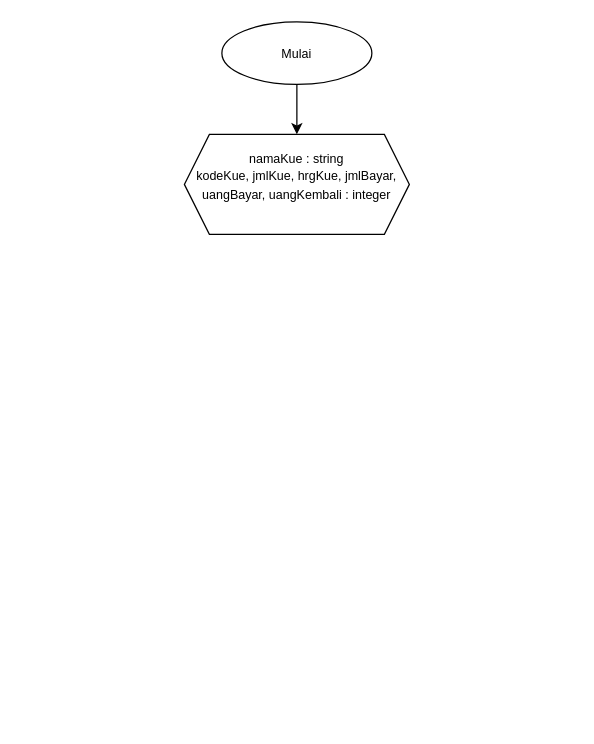
Earlier version of the draw.io diagram flowchart.drawio (trikrama/tri_krama-kasir_app). Source tidied: cells renumbered, new cells numbered last; positions are measured from the earlier drawing's top-left corner, leaving out a move shared by most shapes. Both pictures are drawn from the tidied source at 125%, with x=0, y=0 at pixel (184, 21).
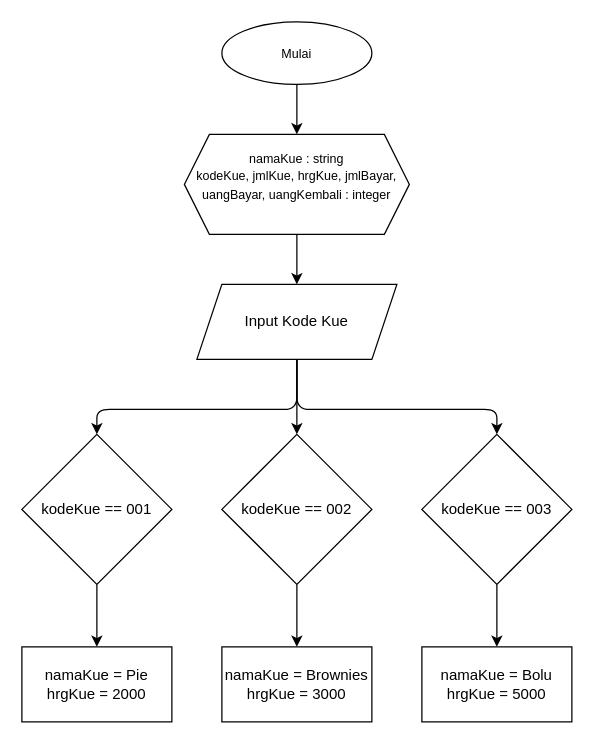
The same diagram, later.

Commit message:
Menambahkan inputan kode kue dan memberikan kondisi pada hasil inputan kode kue

The edit, as a diff of the source:
```diff
@@
+    <mxCell id="5" style="edgeStyle=none;html=1;exitX=0.5;exitY=1;exitDx=0;exitDy=0;entryX=0.5;entryY=0;entryDx=0;entryDy=0;" parent="1" edge="1" target="9">
+      <mxGeometry relative="1" as="geometry">
+        <mxPoint x="90" y="170" as="sourcePoint" />
+      </mxGeometry>
+    </mxCell>
+    <mxCell id="6" style="edgeStyle=none;html=1;exitX=0.5;exitY=1;exitDx=0;exitDy=0;entryX=0.5;entryY=0;entryDx=0;entryDy=0;" parent="1" edge="1" source="9" target="11">
+      <mxGeometry relative="1" as="geometry">
+        <Array as="points">
+          <mxPoint x="90" y="310" />
+          <mxPoint x="-70" y="310" />
+        </Array>
+      </mxGeometry>
+    </mxCell>
+    <mxCell id="7" style="edgeStyle=none;html=1;exitX=0.5;exitY=1;exitDx=0;exitDy=0;entryX=0.5;entryY=0;entryDx=0;entryDy=0;" parent="1" edge="1" source="9" target="15">
+      <mxGeometry relative="1" as="geometry">
+        <Array as="points">
+          <mxPoint x="90" y="310" />
+          <mxPoint x="250" y="310" />
+        </Array>
+      </mxGeometry>
+    </mxCell>
+    <mxCell id="8" style="edgeStyle=none;html=1;exitX=0.5;exitY=1;exitDx=0;exitDy=0;entryX=0.5;entryY=0;entryDx=0;entryDy=0;" parent="1" edge="1" source="9" target="13">
+      <mxGeometry relative="1" as="geometry" />
+    </mxCell>
+    <mxCell id="9" value="Input Kode Kue" style="shape=parallelogram;perimeter=parallelogramPerimeter;whiteSpace=wrap;html=1;fixedSize=1;" parent="1" vertex="1">
+      <mxGeometry x="10" y="210" width="160" height="60" as="geometry" />
+    </mxCell>
+    <mxCell id="10" style="edgeStyle=none;html=1;exitX=0.5;exitY=1;exitDx=0;exitDy=0;entryX=0.5;entryY=0;entryDx=0;entryDy=0;" parent="1" edge="1" source="11" target="16">
+      <mxGeometry relative="1" as="geometry" />
+    </mxCell>
+    <mxCell id="11" value="kodeKue == 001" style="rhombus;whiteSpace=wrap;html=1;" parent="1" vertex="1">
+      <mxGeometry x="-130" y="330" width="120" height="120" as="geometry" />
+    </mxCell>
+    <mxCell id="12" style="edgeStyle=none;html=1;exitX=0.5;exitY=1;exitDx=0;exitDy=0;entryX=0.5;entryY=0;entryDx=0;entryDy=0;" parent="1" edge="1" source="13" target="17">
+      <mxGeometry relative="1" as="geometry" />
+    </mxCell>
+    <mxCell id="13" value="kodeKue == 002" style="rhombus;whiteSpace=wrap;html=1;" parent="1" vertex="1">
+      <mxGeometry x="30" y="330" width="120" height="120" as="geometry" />
+    </mxCell>
+    <mxCell id="14" style="edgeStyle=none;html=1;exitX=0.5;exitY=1;exitDx=0;exitDy=0;entryX=0.5;entryY=0;entryDx=0;entryDy=0;" parent="1" edge="1" source="15" target="18">
+      <mxGeometry relative="1" as="geometry" />
+    </mxCell>
+    <mxCell id="15" value="kodeKue == 003" style="rhombus;whiteSpace=wrap;html=1;" parent="1" vertex="1">
+      <mxGeometry x="190" y="330" width="120" height="120" as="geometry" />
+    </mxCell>
+    <mxCell id="16" value="namaKue = Pie&lt;br&gt;hrgKue = 2000" style="rounded=0;whiteSpace=wrap;html=1;" parent="1" vertex="1">
+      <mxGeometry x="-130" y="500" width="120" height="60" as="geometry" />
+    </mxCell>
+    <mxCell id="17" value="namaKue = Brownies&lt;br&gt;hrgKue = 3000" style="rounded=0;whiteSpace=wrap;html=1;" parent="1" vertex="1">
+      <mxGeometry x="30" y="500" width="120" height="60" as="geometry" />
+    </mxCell>
+    <mxCell id="18" value="namaKue = Bolu&lt;br&gt;hrgKue = 5000" style="rounded=0;whiteSpace=wrap;html=1;" parent="1" vertex="1">
+      <mxGeometry x="190" y="500" width="120" height="60" as="geometry" />
+    </mxCell>
```
